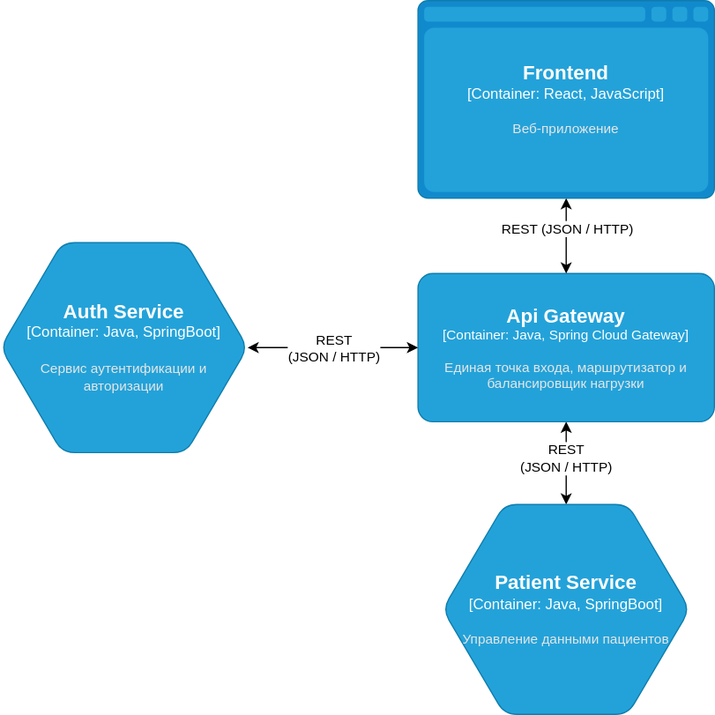
Above: Docs/As is/Diagrams/APIGatewayC4.svg in ni1a207/Healthcare-System (draw.io), before the change. Source tidied: cells renumbered, new cells last; positions are measured from the earlier drawing's top-left corner, leaving out a move shared by most shapes.
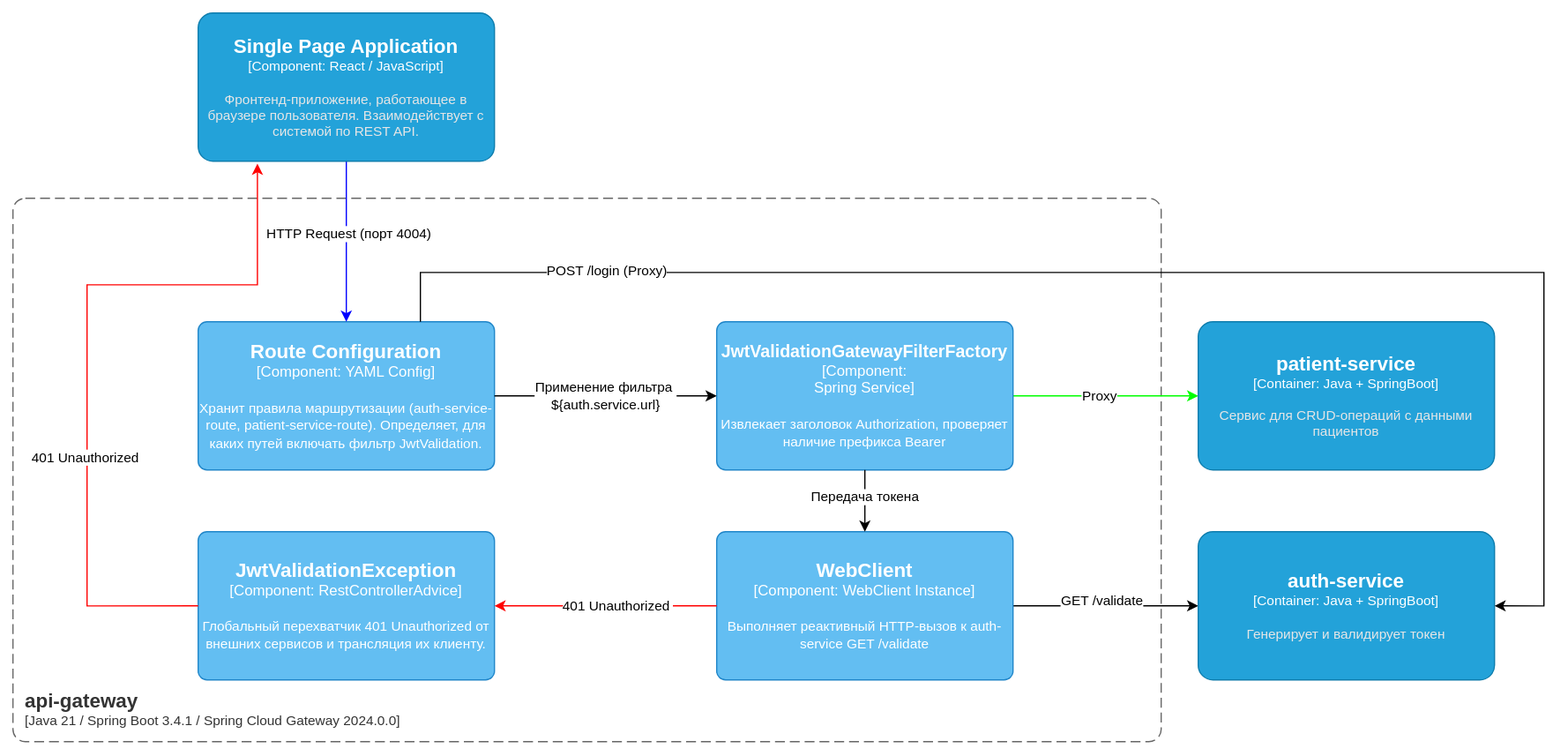
Later version of the same file.

What changed in the source:
```diff
@@ -1,46 +1,119 @@
-<mxGraphModel background="#ffffff">
+<mxGraphModel>
   <root>
     <mxCell id="0" />
     <mxCell id="1" parent="0" />
-    <mxCell id="2" style="edgeStyle=orthogonalEdgeStyle;rounded=0;jettySize=auto;html=1;startArrow=classic;startFill=1;" parent="1" edge="1" source="4" target="5">
-      <mxGeometry relative="1" as="geometry" />
-    </mxCell>
-    <mxCell id="3" value="REST&lt;div&gt;(JSON / HTTP)&lt;/div&gt;" style="edgeLabel;html=1;align=center;verticalAlign=middle;" parent="2" vertex="1">
-      <mxGeometry x="-0.12" y="-1" relative="1" as="geometry" />
-    </mxCell>
-    <object id="4" label="&lt;font style=&quot;font-size: 16px&quot;&gt;&lt;b&gt;%c4Name%&lt;/b&gt;&lt;/font&gt;&lt;div&gt;[%c4Type%: %c4Technology%]&lt;/div&gt;&lt;br&gt;&lt;div&gt;&lt;font style=&quot;font-size: 11px&quot;&gt;&lt;font color=&quot;#E6E6E6&quot;&gt;%c4Description%&lt;/font&gt;&lt;/div&gt;" c4Description="Единая точка входа, маршрутизатор и балансировщик нагрузки" c4Name="Api Gateway" c4Technology="Java, Spring Cloud Gateway" c4Type="Container" placeholders="1">
-      <mxCell style="rounded=1;whiteSpace=wrap;html=1;fontSize=11;labelBackgroundColor=none;fillColor=#23A2D9;fontColor=#ffffff;align=center;arcSize=10;strokeColor=#0E7DAD;points=[[0.25,0,0],[0.5,0,0],[0.75,0,0],[1,0.25,0],[1,0.5,0],[1,0.75,0],[0.75,1,0],[0.5,1,0],[0.25,1,0],[0,0.75,0],[0,0.5,0],[0,0.25,0]];" parent="1" vertex="1">
-        <mxGeometry x="338" y="221" width="240" height="120" as="geometry" />
-      </mxCell>
-    </object>
-    <object id="5" label="&lt;font style=&quot;font-size: 16px&quot;&gt;&lt;b&gt;%c4Name%&lt;/b&gt;&lt;/font&gt;&lt;div&gt;[%c4Type%:&amp;nbsp;%c4Technology%]&lt;/div&gt;&lt;br&gt;&lt;div&gt;&lt;font style=&quot;font-size: 11px&quot;&gt;&lt;font color=&quot;#E6E6E6&quot;&gt;%c4Description%&lt;/font&gt;&lt;/div&gt;" c4Description="Управление данными пациентов" c4Name="Patient Service" c4Technology="Java, SpringBoot" c4Type="Container" placeholders="1">
-      <mxCell style="shape=hexagon;size=50;perimeter=hexagonPerimeter2;whiteSpace=wrap;html=1;fixedSize=1;rounded=1;labelBackgroundColor=none;fillColor=#23A2D9;fontSize=12;fontColor=#ffffff;align=center;strokeColor=#0E7DAD;points=[[0.5,0,0],[1,0.25,0],[1,0.5,0],[1,0.75,0],[0.5,1,0],[0,0.75,0],[0,0.5,0],[0,0.25,0]];" parent="1" vertex="1">
-        <mxGeometry x="358" y="408" width="200" height="170" as="geometry" />
-      </mxCell>
-    </object>
-    <mxCell id="6" style="edgeStyle=orthogonalEdgeStyle;rounded=0;jettySize=auto;html=1;startArrow=classic;startFill=1;" parent="1" edge="1" source="8" target="4">
-      <mxGeometry relative="1" as="geometry" />
-    </mxCell>
-    <mxCell id="7" value="REST (JSON / HTTP)" style="edgeLabel;html=1;align=center;verticalAlign=middle;" parent="6" vertex="1">
-      <mxGeometry x="-0.22" relative="1" as="geometry" />
-    </mxCell>
-    <object id="8" label="&lt;font style=&quot;font-size: 16px&quot;&gt;&lt;b&gt;%c4Name%&lt;/b&gt;&lt;/font&gt;&lt;div&gt;[%c4Type%:&amp;nbsp;%c4Technology%]&lt;/div&gt;&lt;br&gt;&lt;div&gt;&lt;font style=&quot;font-size: 11px&quot;&gt;&lt;font color=&quot;#E6E6E6&quot;&gt;%c4Description%&lt;/font&gt;&lt;/div&gt;" c4Description="Веб-приложение" c4Name="Frontend" c4Technology="React, JavaScript" c4Type="Container" placeholders="1">
-      <mxCell style="shape=mxgraph.c4.webBrowserContainer2;whiteSpace=wrap;html=1;boundedLbl=1;rounded=0;labelBackgroundColor=none;strokeColor=#118ACD;fillColor=#23A2D9;strokeColor=#118ACD;strokeColor2=#0E7DAD;fontSize=12;fontColor=#ffffff;align=center;points=[[0.5,0,0],[1,0.25,0],[1,0.5,0],[1,0.75,0],[0.5,1,0],[0,0.75,0],[0,0.5,0],[0,0.25,0]];" parent="1" vertex="1">
-        <mxGeometry x="338" width="240" height="160" as="geometry" />
-      </mxCell>
-    </object>
-    <object id="9" label="&lt;font style=&quot;font-size: 16px&quot;&gt;&lt;b&gt;%c4Name%&lt;/b&gt;&lt;/font&gt;&lt;div&gt;[%c4Type%:&amp;nbsp;%c4Technology%]&lt;/div&gt;&lt;br&gt;&lt;div&gt;&lt;font style=&quot;font-size: 11px&quot;&gt;&lt;font color=&quot;#E6E6E6&quot;&gt;%c4Description%&lt;/font&gt;&lt;/div&gt;" c4Description="Сервис аутентификации и авторизации" c4Name="Auth Service" c4Technology="Java, SpringBoot" c4Type="Container" placeholders="1">
-      <mxCell style="shape=hexagon;size=50;perimeter=hexagonPerimeter2;whiteSpace=wrap;html=1;fixedSize=1;rounded=1;labelBackgroundColor=none;fillColor=#23A2D9;fontSize=12;fontColor=#ffffff;align=center;strokeColor=#0E7DAD;points=[[0.5,0,0],[1,0.25,0],[1,0.5,0],[1,0.75,0],[0.5,1,0],[0,0.75,0],[0,0.5,0],[0,0.25,0]];" parent="1" vertex="1">
-        <mxGeometry y="196" width="200" height="170" as="geometry" />
-      </mxCell>
-    </object>
-    <mxCell id="10" style="edgeStyle=orthogonalEdgeStyle;rounded=0;jettySize=auto;html=1;entryX=1;entryY=0.5;entryDx=0;entryDy=0;entryPerimeter=0;exitX=0;exitY=0.5;exitDx=0;exitDy=0;exitPerimeter=0;startArrow=classic;startFill=1;" parent="1" edge="1" source="4" target="9">
-      <mxGeometry relative="1" as="geometry" />
-    </mxCell>
-    <mxCell id="11" value="REST&lt;div&gt;(JSON / HTTP)&lt;/div&gt;" style="edgeLabel;html=1;align=center;verticalAlign=middle;" parent="10" vertex="1">
-      <mxGeometry x="-0.2" relative="1" as="geometry">
-        <mxPoint x="-14" as="offset" />
-      </mxGeometry>
-    </mxCell>
+    <object id="12" label="&lt;font style=&quot;font-size: 16px&quot;&gt;&lt;b&gt;&lt;div style=&quot;text-align: left&quot;&gt;%c4Name%&lt;/div&gt;&lt;/b&gt;&lt;/font&gt;&lt;div style=&quot;text-align: left&quot;&gt;[%c4Application%]&lt;/div&gt;" c4Application="Java 21 / Spring Boot 3.4.1 / Spring Cloud Gateway 2024.0.0" c4Name="api-gateway" c4Type="ContainerScopeBoundary" placeholders="1">
+      <mxCell style="rounded=1;fontSize=11;whiteSpace=wrap;html=1;dashed=1;arcSize=20;fillColor=none;strokeColor=#666666;fontColor=#333333;labelBackgroundColor=none;align=left;verticalAlign=bottom;labelBorderColor=none;spacingTop=0;spacing=10;dashPattern=8 4;perimeter=rectanglePerimeter;noLabel=0;labelPadding=0;absoluteArcSize=1;" parent="1" vertex="1">
+        <mxGeometry x="-1878" y="-9" width="930" height="440" as="geometry" />
+      </mxCell>
+    </object>
+    <object id="13" label="&lt;font style=&quot;font-size: 16px&quot;&gt;&lt;b&gt;%c4Name%&lt;/b&gt;&lt;/font&gt;&lt;div&gt;[%c4Type%: %c4Technology%]&lt;/div&gt;&lt;br&gt;&lt;div&gt;&lt;font style=&quot;font-size: 11px&quot;&gt;%c4Description%&lt;/font&gt;&lt;/div&gt;" c4Description="Хранит правила маршрутизации (auth-service-route, patient-service-route). Определяет, для каких путей включать фильтр JwtValidation." c4Name="Route Configuration" c4Technology="YAML Config" c4Type="Component" placeholders="1">
+      <mxCell style="rounded=1;whiteSpace=wrap;html=1;labelBackgroundColor=none;fillColor=#63BEF2;fontColor=#ffffff;align=center;arcSize=6;strokeColor=#2086C9;points=[[0.25,0,0],[0.5,0,0],[0.75,0,0],[1,0.25,0],[1,0.5,0],[1,0.75,0],[0.75,1,0],[0.5,1,0],[0.25,1,0],[0,0.75,0],[0,0.5,0],[0,0.25,0]];" parent="1" vertex="1">
+        <mxGeometry x="-1728" y="91" width="240" height="120" as="geometry" />
+      </mxCell>
+    </object>
+    <mxCell id="14" style="edgeStyle=orthogonalEdgeStyle;rounded=0;jettySize=auto;html=1;strokeColor=light-dark(#00FF00,#00FF00);" parent="1" edge="1" source="16" target="31">
+      <mxGeometry relative="1" as="geometry" />
+    </mxCell>
+    <mxCell id="15" value="Proxy" style="edgeLabel;html=1;align=center;verticalAlign=middle;" parent="14" vertex="1">
+      <mxGeometry x="-0.26" y="4" relative="1" as="geometry">
+        <mxPoint x="14" y="4" as="offset" />
+      </mxGeometry>
+    </mxCell>
+    <object id="16" label="&lt;font style=&quot;font-size: 14px&quot;&gt;&lt;b&gt;%c4Name%&lt;/b&gt;&lt;/font&gt;&lt;div&gt;[%c4Type%: %c4Technology%]&lt;/div&gt;&lt;br&gt;&lt;div&gt;&lt;font style=&quot;font-size: 11px&quot;&gt;%c4Description%&lt;/font&gt;&lt;/div&gt;" c4Description="Извлекает заголовок Authorization, проверяет наличие префикса Bearer" c4Name="JwtValidationGatewayFilterFactory" c4Technology="&#10;Spring Service" c4Type="Component" placeholders="1">
+      <mxCell style="rounded=1;whiteSpace=wrap;html=1;labelBackgroundColor=none;fillColor=#63BEF2;fontColor=#ffffff;align=center;arcSize=6;strokeColor=#2086C9;points=[[0.25,0,0],[0.5,0,0],[0.75,0,0],[1,0.25,0],[1,0.5,0],[1,0.75,0],[0.75,1,0],[0.5,1,0],[0.25,1,0],[0,0.75,0],[0,0.5,0],[0,0.25,0]];" parent="1" vertex="1">
+        <mxGeometry x="-1308" y="91" width="240" height="120" as="geometry" />
+      </mxCell>
+    </object>
+    <object id="17" label="&lt;font style=&quot;font-size: 16px&quot;&gt;&lt;b&gt;%c4Name%&lt;/b&gt;&lt;/font&gt;&lt;div&gt;[%c4Type%: %c4Technology%]&lt;/div&gt;&lt;br&gt;&lt;div&gt;&lt;font style=&quot;font-size: 11px&quot;&gt;%c4Description%&lt;/font&gt;&lt;/div&gt;" c4Description="Глобальный перехватчик 401 Unauthorized от внешних сервисов и трансляция их клиенту." c4Name="JwtValidationException" c4Technology="RestControllerAdvice" c4Type="Component" placeholders="1">
+      <mxCell style="rounded=1;whiteSpace=wrap;html=1;labelBackgroundColor=none;fillColor=#63BEF2;fontColor=#ffffff;align=center;arcSize=6;strokeColor=#2086C9;points=[[0.25,0,0],[0.5,0,0],[0.75,0,0],[1,0.25,0],[1,0.5,0],[1,0.75,0],[0.75,1,0],[0.5,1,0],[0.25,1,0],[0,0.75,0],[0,0.5,0],[0,0.25,0]];" parent="1" vertex="1">
+        <mxGeometry x="-1728" y="261" width="240" height="120" as="geometry" />
+      </mxCell>
+    </object>
+    <mxCell id="18" style="edgeStyle=orthogonalEdgeStyle;rounded=0;jettySize=auto;html=1;" parent="1" edge="1" source="20" target="30">
+      <mxGeometry relative="1" as="geometry" />
+    </mxCell>
+    <mxCell id="19" value="GET /validate" style="edgeLabel;html=1;align=center;verticalAlign=middle;" parent="18" vertex="1">
+      <mxGeometry x="-0.11" y="-5" relative="1" as="geometry">
+        <mxPoint x="5" y="-9" as="offset" />
+      </mxGeometry>
+    </mxCell>
+    <object id="20" label="&lt;font style=&quot;font-size: 16px&quot;&gt;&lt;b&gt;%c4Name%&lt;/b&gt;&lt;/font&gt;&lt;div&gt;[%c4Type%: %c4Technology%]&lt;/div&gt;&lt;br&gt;&lt;div&gt;&lt;font style=&quot;font-size: 11px&quot;&gt;%c4Description%&lt;/font&gt;&lt;/div&gt;" c4Description="Выполняет реактивный HTTP-вызов к auth-service GET /validate" c4Name="WebClient" c4Technology="WebClient Instance" c4Type="Component" placeholders="1">
+      <mxCell style="rounded=1;whiteSpace=wrap;html=1;labelBackgroundColor=none;fillColor=#63BEF2;fontColor=#ffffff;align=center;arcSize=6;strokeColor=#2086C9;points=[[0.25,0,0],[0.5,0,0],[0.75,0,0],[1,0.25,0],[1,0.5,0],[1,0.75,0],[0.75,1,0],[0.5,1,0],[0.25,1,0],[0,0.75,0],[0,0.5,0],[0,0.25,0]];" parent="1" vertex="1">
+        <mxGeometry x="-1308" y="261" width="240" height="120" as="geometry" />
+      </mxCell>
+    </object>
+    <mxCell id="21" style="edgeStyle=orthogonalEdgeStyle;rounded=0;jettySize=auto;html=1;strokeColor=light-dark(#0000FF,#0000FF);" parent="1" edge="1" source="23" target="13">
+      <mxGeometry relative="1" as="geometry" />
+    </mxCell>
+    <mxCell id="22" value="HTTP Request (порт 4004)" style="edgeLabel;html=1;align=center;verticalAlign=middle;" parent="21" vertex="1">
+      <mxGeometry x="-0.11" y="2" relative="1" as="geometry" />
+    </mxCell>
+    <object id="23" label="&lt;font style=&quot;font-size: 16px&quot;&gt;&lt;b&gt;%c4Name%&lt;/b&gt;&lt;/font&gt;&lt;div&gt;[%c4Type%: %c4Technology%]&lt;/div&gt;&lt;br&gt;&lt;div&gt;&lt;font style=&quot;font-size: 11px&quot;&gt;&lt;font color=&quot;#E6E6E6&quot;&gt;%c4Description%&lt;/font&gt;&lt;/div&gt;" c4Description="Фронтенд-приложение, работающее в браузере пользователя. Взаимодействует с системой по REST API." c4Name="Single Page Application" c4Technology="React / JavaScript" c4Type="Component" placeholders="1">
+      <mxCell style="rounded=1;whiteSpace=wrap;html=1;fontSize=11;labelBackgroundColor=none;fillColor=#23A2D9;fontColor=#ffffff;align=center;arcSize=10;strokeColor=#0E7DAD;points=[[0.25,0,0],[0.5,0,0],[0.75,0,0],[1,0.25,0],[1,0.5,0],[1,0.75,0],[0.75,1,0],[0.5,1,0],[0.25,1,0],[0,0.75,0],[0,0.5,0],[0,0.25,0]];" parent="1" vertex="1">
+        <mxGeometry x="-1728" y="-159" width="240" height="120" as="geometry" />
+      </mxCell>
+    </object>
+    <mxCell id="24" style="edgeStyle=orthogonalEdgeStyle;rounded=0;jettySize=auto;html=1;entryX=0;entryY=0.5;entryDx=0;entryDy=0;entryPerimeter=0;" parent="1" edge="1" source="13" target="16">
+      <mxGeometry relative="1" as="geometry" />
+    </mxCell>
+    <mxCell id="25" value="Применение фильтра&amp;nbsp;&lt;div&gt;${auth.service.url}&lt;/div&gt;" style="edgeLabel;html=1;align=center;verticalAlign=middle;" parent="24" vertex="1">
+      <mxGeometry x="0.11" y="-3" relative="1" as="geometry">
+        <mxPoint x="-10" y="-3" as="offset" />
+      </mxGeometry>
+    </mxCell>
+    <mxCell id="26" style="edgeStyle=orthogonalEdgeStyle;rounded=0;jettySize=auto;html=1;entryX=0.5;entryY=0;entryDx=0;entryDy=0;entryPerimeter=0;" parent="1" edge="1" source="16" target="20">
+      <mxGeometry relative="1" as="geometry" />
+    </mxCell>
+    <mxCell id="27" value="Передача токена" style="edgeLabel;html=1;align=center;verticalAlign=middle;" parent="26" vertex="1">
+      <mxGeometry x="-0.13" y="1" relative="1" as="geometry">
+        <mxPoint x="-1" as="offset" />
+      </mxGeometry>
+    </mxCell>
+    <mxCell id="28" style="edgeStyle=orthogonalEdgeStyle;rounded=0;jettySize=auto;html=1;strokeColor=light-dark(#FF0000,#FF0000);entryX=1;entryY=0.5;entryDx=0;entryDy=0;entryPerimeter=0;exitX=0;exitY=0.5;exitDx=0;exitDy=0;exitPerimeter=0;" parent="1" edge="1" source="20" target="17">
+      <mxGeometry relative="1" as="geometry" />
+    </mxCell>
+    <mxCell id="29" value="401 Unauthorized&amp;nbsp;" style="edgeLabel;html=1;align=center;verticalAlign=middle;" parent="28" vertex="1">
+      <mxGeometry x="-0.66" y="-3" relative="1" as="geometry">
+        <mxPoint x="-50" y="3" as="offset" />
+      </mxGeometry>
+    </mxCell>
+    <object id="30" label="&lt;font style=&quot;font-size: 16px&quot;&gt;&lt;b&gt;%c4Name%&lt;/b&gt;&lt;/font&gt;&lt;div&gt;[%c4Type%: %c4Technology%]&lt;/div&gt;&lt;br&gt;&lt;div&gt;&lt;font style=&quot;font-size: 11px&quot;&gt;&lt;font color=&quot;#E6E6E6&quot;&gt;%c4Description%&lt;/font&gt;&lt;/div&gt;" c4Description="Генерирует и валидирует токен" c4Name="auth-service" c4Technology="Java + SpringBoot" c4Type="Container" placeholders="1">
+      <mxCell style="rounded=1;whiteSpace=wrap;html=1;fontSize=11;labelBackgroundColor=none;fillColor=#23A2D9;fontColor=#ffffff;align=center;arcSize=10;strokeColor=#0E7DAD;points=[[0.25,0,0],[0.5,0,0],[0.75,0,0],[1,0.25,0],[1,0.5,0],[1,0.75,0],[0.75,1,0],[0.5,1,0],[0.25,1,0],[0,0.75,0],[0,0.5,0],[0,0.25,0]];" parent="1" vertex="1">
+        <mxGeometry x="-918" y="261" width="240" height="120" as="geometry" />
+      </mxCell>
+    </object>
+    <object id="31" label="&lt;font style=&quot;font-size: 16px&quot;&gt;&lt;b&gt;%c4Name%&lt;/b&gt;&lt;/font&gt;&lt;div&gt;[%c4Type%: %c4Technology%]&lt;/div&gt;&lt;br&gt;&lt;div&gt;&lt;font style=&quot;font-size: 11px&quot;&gt;&lt;font color=&quot;#E6E6E6&quot;&gt;%c4Description%&lt;/font&gt;&lt;/div&gt;" c4Description="Сервис для CRUD-операций с данными пациентов" c4Name="patient-service" c4Technology="Java + SpringBoot" c4Type="Container" placeholders="1">
+      <mxCell style="rounded=1;whiteSpace=wrap;html=1;fontSize=11;labelBackgroundColor=none;fillColor=#23A2D9;fontColor=#ffffff;align=center;arcSize=10;strokeColor=#0E7DAD;points=[[0.25,0,0],[0.5,0,0],[0.75,0,0],[1,0.25,0],[1,0.5,0],[1,0.75,0],[0.75,1,0],[0.5,1,0],[0.25,1,0],[0,0.75,0],[0,0.5,0],[0,0.25,0]];" parent="1" vertex="1">
+        <mxGeometry x="-918" y="91" width="240" height="120" as="geometry" />
+      </mxCell>
+    </object>
+    <mxCell id="32" style="edgeStyle=orthogonalEdgeStyle;rounded=0;jettySize=auto;html=1;entryX=0.198;entryY=1.017;entryDx=0;entryDy=0;entryPerimeter=0;exitX=0;exitY=0.5;exitDx=0;exitDy=0;exitPerimeter=0;strokeColor=light-dark(#FF0000,#FF0000);" parent="1" edge="1" source="17" target="23">
+      <mxGeometry relative="1" as="geometry">
+        <Array as="points">
+          <mxPoint x="-1818" y="321" />
+          <mxPoint x="-1818" y="61" />
+          <mxPoint x="-1680" y="61" />
+          <mxPoint x="-1680" y="-37" />
+        </Array>
+      </mxGeometry>
+    </mxCell>
+    <mxCell id="33" value="401 Unauthorized&amp;nbsp;" style="edgeLabel;html=1;align=center;verticalAlign=middle;" parent="1" vertex="1">
+      <mxGeometry x="-1818" y="201" as="geometry" />
+    </mxCell>
+    <mxCell id="34" style="edgeStyle=orthogonalEdgeStyle;rounded=0;jettySize=auto;html=1;entryX=1;entryY=0.5;entryDx=0;entryDy=0;entryPerimeter=0;exitX=0.75;exitY=0;exitDx=0;exitDy=0;exitPerimeter=0;" parent="1" edge="1" source="13" target="30">
+      <mxGeometry relative="1" as="geometry">
+        <Array as="points">
+          <mxPoint x="-1548" y="51" />
+          <mxPoint x="-638" y="51" />
+          <mxPoint x="-638" y="321" />
+        </Array>
+      </mxGeometry>
+    </mxCell>
+    <mxCell id="35" value="POST /login (Proxy)" style="edgeLabel;html=1;align=center;verticalAlign=middle;" parent="34" vertex="1">
+      <mxGeometry x="-0.85" y="1" relative="1" as="geometry">
+        <mxPoint x="97" as="offset" />
+      </mxGeometry>
+    </mxCell>
   </root>
 </mxGraphModel>
```
